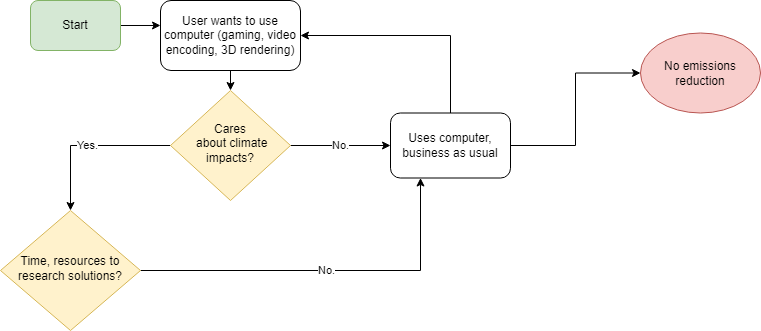
The draw.io diagram images/current-process-flow-breakout-0.drawio.png in MisMoGenie/2022-Fall-Team_Crystal, before a commit. Source tidied: cells renumbered, new cells last; positions are measured from the earlier drawing's top-left corner, leaving out a move shared by most shapes. Its diagram source:
```xml
<mxGraphModel>
  <root>
    <mxCell id="0" />
    <mxCell id="1" parent="0" />
    <mxCell id="2" style="edgeStyle=orthogonalEdgeStyle;rounded=0;jettySize=auto;html=1;exitX=0.5;exitY=1;exitDx=0;exitDy=0;entryX=0.5;entryY=0;entryDx=0;entryDy=0;" parent="1" edge="1" source="3" target="6">
      <mxGeometry relative="1" as="geometry" />
    </mxCell>
    <mxCell id="3" value="User wants to use computer (gaming, video encoding, 3D rendering)" style="rounded=1;whiteSpace=wrap;html=1;fontSize=12;glass=0;strokeWidth=1;shadow=0;" parent="1" vertex="1">
      <mxGeometry x="160" width="140" height="70" as="geometry" />
    </mxCell>
    <mxCell id="4" value="Yes." style="edgeStyle=orthogonalEdgeStyle;rounded=0;jettySize=auto;html=1;" parent="1" edge="1" source="6" target="11">
      <mxGeometry relative="1" as="geometry" />
    </mxCell>
    <mxCell id="5" value="No." style="edgeStyle=orthogonalEdgeStyle;rounded=0;jettySize=auto;html=1;entryX=0;entryY=0.5;entryDx=0;entryDy=0;" parent="1" edge="1" source="6" target="9">
      <mxGeometry relative="1" as="geometry" />
    </mxCell>
    <mxCell id="6" value="Cares&lt;br&gt;&amp;nbsp;about climate impacts?" style="rhombus;whiteSpace=wrap;html=1;shadow=0;fontFamily=Helvetica;fontSize=12;align=center;strokeWidth=1;spacing=6;spacingTop=-4;fillColor=#fff2cc;strokeColor=#d6b656;" parent="1" vertex="1">
      <mxGeometry x="170" y="90" width="120" height="110" as="geometry" />
    </mxCell>
    <mxCell id="7" style="edgeStyle=orthogonalEdgeStyle;rounded=0;jettySize=auto;html=1;exitX=0.5;exitY=0;exitDx=0;exitDy=0;entryX=1;entryY=0.5;entryDx=0;entryDy=0;" parent="1" edge="1" source="9" target="3">
      <mxGeometry relative="1" as="geometry" />
    </mxCell>
    <mxCell id="8" style="edgeStyle=orthogonalEdgeStyle;rounded=0;jettySize=auto;html=1;exitX=1;exitY=0.5;exitDx=0;exitDy=0;entryX=0;entryY=0.5;entryDx=0;entryDy=0;" parent="1" edge="1" source="9" target="14">
      <mxGeometry relative="1" as="geometry" />
    </mxCell>
    <mxCell id="9" value="Uses computer, business as usual" style="rounded=1;whiteSpace=wrap;html=1;fontSize=12;glass=0;strokeWidth=1;shadow=0;" parent="1" vertex="1">
      <mxGeometry x="390" y="112.5" width="120" height="65" as="geometry" />
    </mxCell>
    <mxCell id="10" value="No." style="edgeStyle=orthogonalEdgeStyle;rounded=0;jettySize=auto;html=1;exitX=1;exitY=0.5;exitDx=0;exitDy=0;entryX=0.25;entryY=1;entryDx=0;entryDy=0;" parent="1" edge="1" source="11" target="9">
      <mxGeometry relative="1" as="geometry" />
    </mxCell>
    <mxCell id="11" value="Time, resources to research solutions?" style="rhombus;whiteSpace=wrap;html=1;shadow=0;fontFamily=Helvetica;fontSize=12;align=center;strokeWidth=1;spacing=6;spacingTop=-4;fillColor=#fff2cc;strokeColor=#d6b656;" parent="1" vertex="1">
      <mxGeometry y="210" width="140" height="120" as="geometry" />
    </mxCell>
    <mxCell id="12" style="edgeStyle=orthogonalEdgeStyle;rounded=0;jettySize=auto;html=1;exitX=1;exitY=0.5;exitDx=0;exitDy=0;entryX=0;entryY=0.357;entryDx=0;entryDy=0;entryPerimeter=0;" parent="1" edge="1" source="13" target="3">
      <mxGeometry relative="1" as="geometry" />
    </mxCell>
    <mxCell id="13" value="Start" style="rounded=1;whiteSpace=wrap;html=1;fillColor=#d5e8d4;strokeColor=#82b366;" parent="1" vertex="1">
      <mxGeometry x="30" width="90" height="50" as="geometry" />
    </mxCell>
    <mxCell id="14" value="No emissions reduction" style="ellipse;whiteSpace=wrap;html=1;fillColor=#f8cecc;strokeColor=#b85450;" parent="1" vertex="1">
      <mxGeometry x="640" y="32.5" width="120" height="80" as="geometry" />
    </mxCell>
  </root>
</mxGraphModel>
```
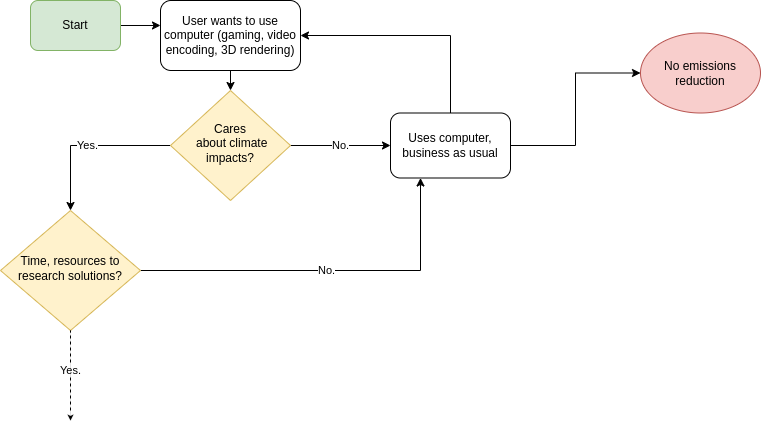
After the change.

Commit message:
Update: revised process flows, added diagram

What changed in the source:
```diff
@@ -41,5 +41,16 @@
     <mxCell id="14" value="No emissions reduction" style="ellipse;whiteSpace=wrap;html=1;fillColor=#f8cecc;strokeColor=#b85450;" parent="1" vertex="1">
       <mxGeometry x="640" y="32.5" width="120" height="80" as="geometry" />
     </mxCell>
+    <mxCell id="15" value="Yes." style="endArrow=none;dashed=1;html=1;rounded=0;entryX=0.5;entryY=1;entryDx=0;entryDy=0;" parent="1" edge="1" target="11">
+      <mxGeometry relative="1" as="geometry">
+        <mxPoint x="70" y="410" as="sourcePoint" />
+      </mxGeometry>
+    </mxCell>
+    <mxCell id="16" style="endArrow=classic;html=1;rounded=0;strokeWidth=0;" parent="1" edge="1">
+      <mxGeometry relative="1" as="geometry">
+        <mxPoint x="70" y="330" as="sourcePoint" />
+        <mxPoint x="70" y="420" as="targetPoint" />
+      </mxGeometry>
+    </mxCell>
   </root>
 </mxGraphModel>
```
